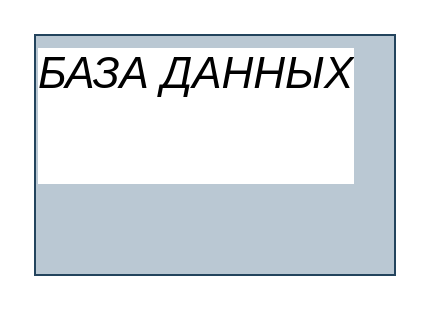
This is page "таски" (3 of 4) of мебкух.drawio from User-cyber-new/mebkuch, a draw.io file, before an edit. Source tidied: cells renumbered, new cells numbered last; positions are measured from the earlier drawing's top-left corner, leaving out a move shared by most shapes. Both pictures are drawn from the tidied source at 200%, with x=0, y=0 at pixel (34, 34).
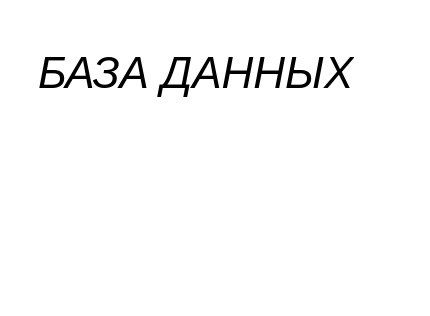
After the change.

Change to the diagram source:
```diff
@@
 <mxGraphModel>
   <root>
     <mxCell id="0" />
     <mxCell id="1" parent="0" />
-    <mxCell id="2" value="&lt;h1 style=&quot;margin-top: 0px;&quot;&gt;&lt;span style=&quot;color: light-dark(rgb(0, 0, 0), rgb(255, 255, 255)); font-weight: normal;&quot;&gt;&lt;i style=&quot;&quot;&gt;БАЗА ДАННЫХ&lt;br&gt;&lt;/i&gt;&lt;/span&gt;&lt;br&gt;&lt;/h1&gt;" style="text;html=1;whiteSpace=wrap;overflow=hidden;rounded=0;fontFamily=Helvetica;fontSize=11;labelBackgroundColor=default;fillColor=#bac8d3;strokeColor=#23445d;" parent="1" vertex="1">
+    <mxCell id="2" value="&lt;h1 style=&quot;margin-top: 0px;&quot;&gt;&lt;span style=&quot;color: light-dark(rgb(0, 0, 0), rgb(255, 255, 255)); font-weight: normal;&quot;&gt;&lt;i style=&quot;&quot;&gt;БАЗА ДАННЫХ&lt;br&gt;&lt;/i&gt;&lt;/span&gt;&lt;br&gt;&lt;/h1&gt;" style="text;html=1;whiteSpace=wrap;overflow=hidden;rounded=0;fontFamily=Helvetica;fontSize=11;labelBackgroundColor=default;" parent="1" vertex="1">
       <mxGeometry width="180" height="120" as="geometry" />
     </mxCell>
   </root>
 </mxGraphModel>
```
